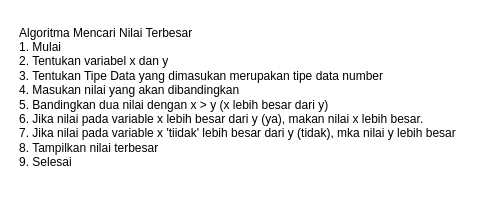
Earlier version of the draw.io diagram page "Nilai Terbesar" (1 of 2) of 4-StudyCase-Algoritma.drawio (mfdrfauzi/fwg17-computer-science). Source tidied: cells renumbered, new cells numbered last; positions are measured from the earlier drawing's top-left corner, leaving out a move shared by most shapes. Both pictures are drawn from the tidied source at 100%, with x=0, y=0 at pixel (17, 17).
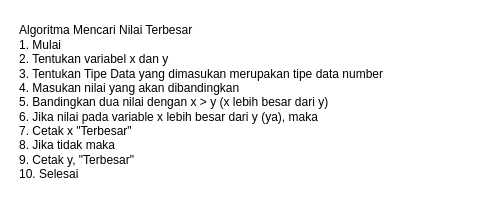
The same diagram, later.

The edit, as a diff of the source:
```diff
@@
 <mxGraphModel>
   <root>
     <mxCell id="0" />
     <mxCell id="1" parent="0" />
-    <mxCell id="2" value="Algoritma Mencari Nilai Terbesar&lt;br&gt;1. Mulai&lt;br&gt;2. Tentukan variabel x dan y&lt;br&gt;3. Tentukan Tipe Data yang dimasukan merupakan tipe data number&lt;br&gt;4. Masukan nilai yang akan dibandingkan&lt;br&gt;5. Bandingkan dua nilai dengan x &amp;gt; y (x lebih besar dari y)&lt;br&gt;6. Jika nilai pada variable x lebih besar dari y (ya), makan nilai x lebih besar.&lt;br&gt;7. Jika nilai pada variable x 'tiidak' lebih besar dari y (tidak), mka nilai y lebih besar&lt;br&gt;8. Tampilkan nilai terbesar&lt;br&gt;9. Selesai" style="text;html=1;align=left;verticalAlign=middle;strokeColor=none;fillColor=none;" parent="1" vertex="1">
-      <mxGeometry width="460" height="160" as="geometry" />
+    <mxCell id="2" value="Algoritma Mencari Nilai Terbesar&lt;br&gt;1. Mulai&lt;br&gt;2. Tentukan variabel x dan y&lt;br&gt;3. Tentukan Tipe Data yang dimasukan merupakan tipe data number&lt;br&gt;4. Masukan nilai yang akan dibandingkan&lt;br&gt;5. Bandingkan dua nilai dengan x &amp;gt; y (x lebih besar dari y)&lt;br&gt;6. Jika nilai pada variable x lebih besar dari y (ya), maka&lt;br&gt;7. Cetak x &quot;Terbesar&quot;&lt;br&gt;8. Jika tidak maka&lt;br&gt;9. Cetak y, &quot;Terbesar&quot;&lt;br&gt;10. Selesai" style="text;html=1;align=left;verticalAlign=middle;strokeColor=none;fillColor=none;" parent="1" vertex="1">
+      <mxGeometry width="390" height="170" as="geometry" />
     </mxCell>
   </root>
 </mxGraphModel>
```
